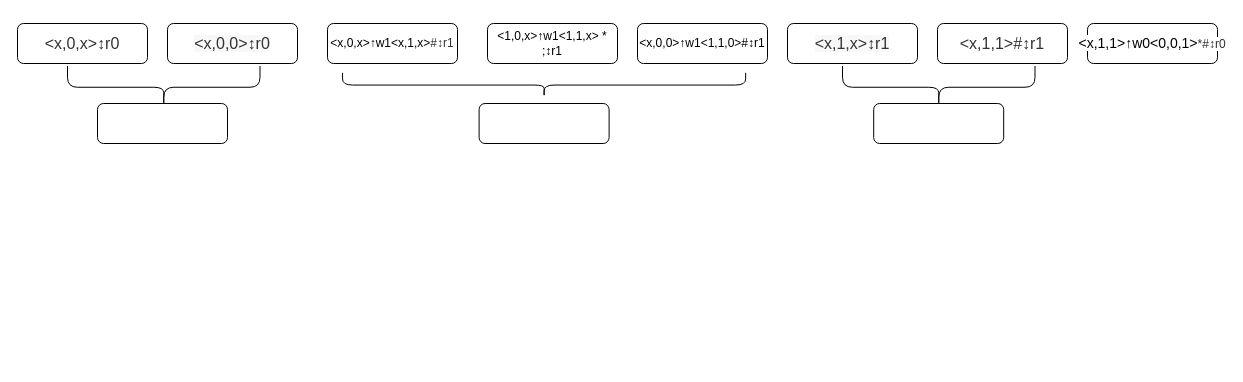
Earlier version of the draw.io diagram doc/合并.drawio (shanshan-lu/homwork). Source tidied: cells renumbered, new cells numbered last; positions are measured from the earlier drawing's top-left corner, leaving out a move shared by most shapes. Both pictures are drawn from the tidied source at 100%, with x=0, y=0 at pixel (17, -117).
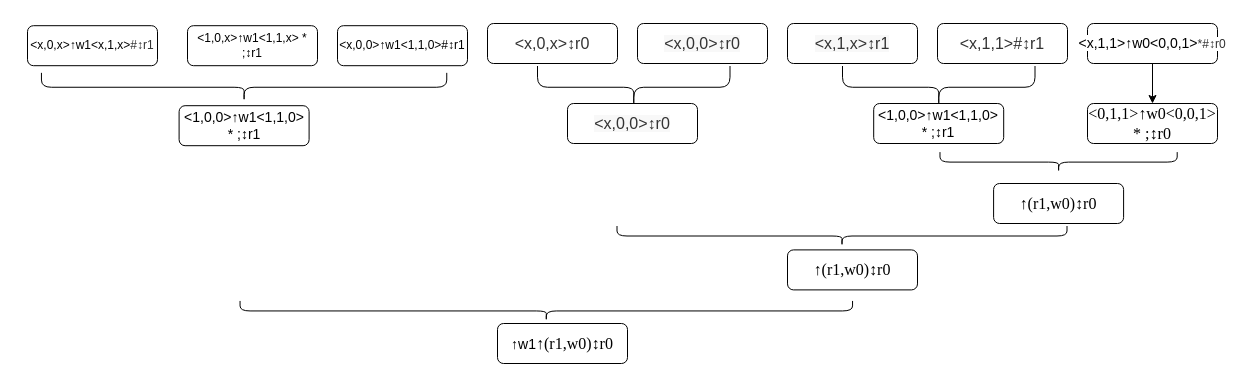
After the change.

Unchanged cells that the change refers to:
```xml
<mxCell id="7" value="&lt;p class=&quot;MsoNormal&quot;&gt;&lt;span style=&quot;letter-spacing: 0pt; font-size: 10.5pt; background: rgb(255, 255, 255);&quot;&gt;&amp;lt;x,1,1&amp;gt;↑w0&amp;lt;0,0,1&amp;gt;&lt;/span&gt;&lt;span style=&quot;color: rgb(51, 51, 51); letter-spacing: 0pt; background: rgb(255, 255, 255);&quot;&gt;*#↕r0&lt;/span&gt;&lt;/p&gt;" style="rounded=1;whiteSpace=wrap;html=1;" parent="1" vertex="1">
  <mxGeometry x="1070" y="140" width="130" height="40" as="geometry" />
</mxCell>
```

What changed in the source:
```diff
@@
     <mxCell id="2" value="&lt;p class=&quot;MsoNormal&quot;&gt;&lt;span style=&quot;color: rgb(51, 51, 51); letter-spacing: 0pt; font-size: 12pt; background: rgb(255, 255, 255);&quot;&gt;&amp;lt;x,0,x&amp;gt;↕r0&lt;/span&gt;&lt;/p&gt;" style="rounded=1;whiteSpace=wrap;html=1;" parent="1" vertex="1">
-      <mxGeometry y="140" width="130" height="40" as="geometry" />
+      <mxGeometry x="470" y="140" width="130" height="40" as="geometry" />
     </mxCell>
     <mxCell id="3" value="&lt;p class=&quot;MsoNormal&quot;&gt;&lt;span style=&quot;color: rgb(51, 51, 51); letter-spacing: 0pt; font-size: 12pt; background: rgb(248, 248, 248);&quot;&gt;&amp;lt;x,0,0&amp;gt;↕r0&lt;/span&gt;&lt;/p&gt;" style="rounded=1;whiteSpace=wrap;html=1;" parent="1" vertex="1">
-      <mxGeometry x="150" y="140" width="130" height="40" as="geometry" />
+      <mxGeometry x="620" y="140" width="130" height="40" as="geometry" />
     </mxCell>
     <mxCell id="4" value="&lt;p class=&quot;MsoNormal&quot;&gt;&lt;span style=&quot;letter-spacing: 0pt; background: rgb(255, 255, 255);&quot;&gt;&lt;font style=&quot;font-size: 12px;&quot;&gt;&amp;lt;1,0,x&amp;gt;↑w1&amp;lt;1,1,x&amp;gt; * ;↕r1&lt;/font&gt;&lt;/span&gt;&lt;/p&gt;" style="rounded=1;whiteSpace=wrap;html=1;" parent="1" vertex="1">
-      <mxGeometry x="470" y="140" width="130" height="40" as="geometry" />
+      <mxGeometry x="170" y="142.2" width="130" height="40" as="geometry" />
     </mxCell>
     <mxCell id="5" value="&lt;p style=&quot;&quot; class=&quot;MsoNormal&quot;&gt;&lt;span style=&quot;letter-spacing: 0pt; background: rgb(255, 255, 255);&quot;&gt;&amp;lt;x,0,x&amp;gt;↑w1&amp;lt;x,1,x&amp;gt;&lt;/span&gt;&lt;span style=&quot;color: rgb(51, 51, 51); letter-spacing: 0pt; background: rgb(255, 255, 255);&quot;&gt;#↕r1&lt;/span&gt;&lt;/p&gt;" style="rounded=1;whiteSpace=wrap;html=1;" parent="1" vertex="1">
-      <mxGeometry x="310" y="140" width="130" height="40" as="geometry" />
+      <mxGeometry x="10" y="142.2" width="130" height="40" as="geometry" />
     </mxCell>
     <mxCell id="6" value="&lt;p class=&quot;MsoNormal&quot;&gt;&lt;span style=&quot;mso-spacerun:'yes';font-family:Helvetica;color:rgb(0,0,0);&#10;letter-spacing:0.0000pt;text-transform:none;font-style:normal;&#10;font-size:10.5000pt;mso-font-kerning:1.0000pt;background:rgb(255,255,255);&#10;mso-shading:rgb(255,255,255);&quot;&gt;&amp;lt;x,0,0&amp;gt;↑w1&amp;lt;1,1,0&amp;gt;#↕r1&lt;/span&gt;&lt;/p&gt;" style="rounded=1;whiteSpace=wrap;html=1;" parent="1" vertex="1">
-      <mxGeometry x="620" y="140" width="130" height="40" as="geometry" />
+      <mxGeometry x="320" y="142.2" width="130" height="40" as="geometry" />
     </mxCell>
@@
     <mxCell id="10" style="shape=curlyBracket;whiteSpace=wrap;html=1;rounded=1;flipH=1;labelPosition=right;verticalLabelPosition=middle;align=left;verticalAlign=middle;rotation=90;" parent="1" vertex="1">
-      <mxGeometry x="125" y="107.5" width="42.5" height="192.5" as="geometry" />
+      <mxGeometry x="595" y="107.5" width="42.5" height="192.5" as="geometry" />
     </mxCell>
-    <mxCell id="11" style="rounded=1;whiteSpace=wrap;html=1;" parent="1" vertex="1">
-      <mxGeometry x="80" y="220" width="130" height="40" as="geometry" />
+    <mxCell id="11" value="&lt;p class=&quot;MsoNormal&quot;&gt;&lt;span style=&quot;color: rgb(51, 51, 51); letter-spacing: 0pt; font-size: 12pt; background: rgb(248, 248, 248);&quot;&gt;&amp;lt;x,0,0&amp;gt;↕r0&lt;/span&gt;&lt;/p&gt;" style="rounded=1;whiteSpace=wrap;html=1;" parent="1" vertex="1">
+      <mxGeometry x="550" y="220" width="130" height="40" as="geometry" />
     </mxCell>
     <mxCell id="12" style="shape=curlyBracket;whiteSpace=wrap;html=1;rounded=1;flipH=1;labelPosition=right;verticalLabelPosition=middle;align=left;verticalAlign=middle;fontSize=12;rotation=90;" parent="1" vertex="1">
-      <mxGeometry x="514.4" width="24.4" height="403.1" as="geometry" />
+      <mxGeometry x="212.2" y="1.1" width="28.8" height="405.3" as="geometry" />
     </mxCell>
-    <mxCell id="13" style="rounded=1;whiteSpace=wrap;html=1;" parent="1" vertex="1">
-      <mxGeometry x="461.6" y="220" width="130" height="40" as="geometry" />
+    <mxCell id="13" value="&lt;p class=&quot;MsoNormal&quot;&gt;&lt;span style=&quot;letter-spacing: 0pt; font-size: 10.5pt; background: rgb(255, 255, 255);&quot;&gt;&amp;lt;1,0,&lt;/span&gt;&lt;span style=&quot;font-family: 宋体; letter-spacing: 0pt; font-size: 10.5pt; background: rgb(255, 255, 255);&quot;&gt;&lt;font face=&quot;Helvetica&quot;&gt;0&lt;/font&gt;&lt;/span&gt;&lt;span style=&quot;letter-spacing: 0pt; font-size: 10.5pt; background: rgb(255, 255, 255);&quot;&gt;&amp;gt;↑w1&amp;lt;1,1,&lt;/span&gt;&lt;span style=&quot;font-family: 宋体; letter-spacing: 0pt; font-size: 10.5pt; background: rgb(255, 255, 255);&quot;&gt;&lt;font face=&quot;Helvetica&quot;&gt;0&lt;/font&gt;&lt;/span&gt;&lt;span style=&quot;letter-spacing: 0pt; font-size: 10.5pt; background: rgb(255, 255, 255);&quot;&gt;&amp;gt; * ;↕r1&lt;/span&gt;&lt;/p&gt;" style="rounded=1;whiteSpace=wrap;html=1;" parent="1" vertex="1">
+      <mxGeometry x="161.6" y="222.2" width="130" height="40" as="geometry" />
     </mxCell>
@@
-    <mxCell id="15" style="rounded=1;whiteSpace=wrap;html=1;" parent="1" vertex="1">
+    <mxCell id="15" value="&lt;p class=&quot;MsoNormal&quot;&gt;&lt;span style=&quot;letter-spacing: 0pt; font-size: 10.5pt; background: rgb(255, 255, 255);&quot;&gt;&amp;lt;1,0,&lt;/span&gt;&lt;span style=&quot;font-family: 宋体; letter-spacing: 0pt; font-size: 10.5pt; background: rgb(255, 255, 255);&quot;&gt;&lt;font face=&quot;Helvetica&quot;&gt;0&lt;/font&gt;&lt;/span&gt;&lt;span style=&quot;letter-spacing: 0pt; font-size: 10.5pt; background: rgb(255, 255, 255);&quot;&gt;&amp;gt;↑w1&amp;lt;1,1,&lt;/span&gt;&lt;span style=&quot;font-family: 宋体; letter-spacing: 0pt; font-size: 10.5pt; background: rgb(255, 255, 255);&quot;&gt;&lt;font face=&quot;Helvetica&quot;&gt;0&lt;/font&gt;&lt;/span&gt;&lt;span style=&quot;letter-spacing: 0pt; font-size: 10.5pt; background: rgb(255, 255, 255);&quot;&gt;&amp;gt; * ;↕r1&lt;/span&gt;&lt;/p&gt;" style="rounded=1;whiteSpace=wrap;html=1;" parent="1" vertex="1">
       <mxGeometry x="856.2" y="220" width="130" height="40" as="geometry" />
     </mxCell>
+    <mxCell id="16" value="&lt;p class=&quot;MsoNormal&quot;&gt;&lt;span style=&quot;font-family: &amp;quot;Times New Roman&amp;quot;; font-size: 12pt;&quot;&gt;&amp;lt;0,1,&lt;/span&gt;&lt;span style=&quot;font-family: 宋体; font-size: 12pt;&quot;&gt;&lt;font face=&quot;Times New Roman&quot;&gt;1&lt;/font&gt;&lt;/span&gt;&lt;span style=&quot;font-family: &amp;quot;Times New Roman&amp;quot;; font-size: 12pt;&quot;&gt;&amp;gt;↑w0&amp;lt;0,0,&lt;/span&gt;&lt;span style=&quot;font-family: 宋体; font-size: 12pt;&quot;&gt;&lt;font face=&quot;Times New Roman&quot;&gt;1&lt;/font&gt;&lt;/span&gt;&lt;span style=&quot;font-family: &amp;quot;Times New Roman&amp;quot;; font-size: 12pt;&quot;&gt;&amp;gt; * ;↕r0&lt;/span&gt;&lt;/p&gt;" style="rounded=1;whiteSpace=wrap;html=1;" parent="1" vertex="1">
+      <mxGeometry x="1070" y="220" width="130" height="40" as="geometry" />
+    </mxCell>
+    <mxCell id="17" style="endArrow=classic;html=1;rounded=0;fontSize=12;exitX=0.5;exitY=1;exitDx=0;exitDy=0;entryX=0.5;entryY=0;entryDx=0;entryDy=0;" parent="1" edge="1" source="7" target="16">
+      <mxGeometry relative="1" as="geometry" />
+    </mxCell>
+    <mxCell id="18" style="shape=curlyBracket;whiteSpace=wrap;html=1;rounded=1;flipH=1;labelPosition=right;verticalLabelPosition=middle;align=left;verticalAlign=middle;fontSize=12;rotation=90;" parent="1" vertex="1">
+      <mxGeometry x="1031.1" y="160" width="20" height="237.2" as="geometry" />
+    </mxCell>
+    <mxCell id="19" value="&lt;p class=&quot;MsoNormal&quot;&gt;&lt;span style=&quot;font-family: &amp;quot;Times New Roman&amp;quot;; font-size: 12pt;&quot;&gt;↑(&lt;/span&gt;&lt;span style=&quot;font-family: 宋体; font-size: 12pt;&quot;&gt;&lt;font face=&quot;Times New Roman&quot;&gt;r1,w0)&lt;/font&gt;&lt;/span&gt;&lt;span style=&quot;font-family: &amp;quot;Times New Roman&amp;quot;; font-size: 12pt;&quot;&gt;↕r0&lt;/span&gt;&lt;/p&gt;" style="rounded=1;whiteSpace=wrap;html=1;" parent="1" vertex="1">
+      <mxGeometry x="976.1" y="300" width="130" height="40" as="geometry" />
+    </mxCell>
+    <mxCell id="20" style="shape=curlyBracket;whiteSpace=wrap;html=1;rounded=1;flipH=1;labelPosition=right;verticalLabelPosition=middle;align=left;verticalAlign=middle;fontSize=12;rotation=90;" parent="1" vertex="1">
+      <mxGeometry x="814.5" y="127.5" width="20" height="450" as="geometry" />
+    </mxCell>
+    <mxCell id="21" value="&lt;p class=&quot;MsoNormal&quot;&gt;&lt;span style=&quot;font-family: &amp;quot;Times New Roman&amp;quot;; font-size: 12pt;&quot;&gt;↑(&lt;/span&gt;&lt;span style=&quot;font-family: 宋体; font-size: 12pt;&quot;&gt;&lt;font face=&quot;Times New Roman&quot;&gt;r1,w0)&lt;/font&gt;&lt;/span&gt;&lt;span style=&quot;font-family: &amp;quot;Times New Roman&amp;quot;; font-size: 12pt;&quot;&gt;↕r0&lt;/span&gt;&lt;/p&gt;" style="rounded=1;whiteSpace=wrap;html=1;" parent="1" vertex="1">
+      <mxGeometry x="770" y="366.4" width="130" height="40" as="geometry" />
+    </mxCell>
+    <mxCell id="22" style="shape=curlyBracket;whiteSpace=wrap;html=1;rounded=1;flipH=1;labelPosition=right;verticalLabelPosition=middle;align=left;verticalAlign=middle;fontSize=12;rotation=90;" parent="1" vertex="1">
+      <mxGeometry x="518.8" y="121.2" width="20" height="612.5" as="geometry" />
+    </mxCell>
+    <mxCell id="23" value="&lt;p class=&quot;MsoNormal&quot;&gt;&lt;span style=&quot;letter-spacing: 0pt; font-size: 10.5pt; background: rgb(255, 255, 255);&quot;&gt;&lt;font face=&quot;Helvetica&quot;&gt;↑w1&lt;/font&gt;&lt;/span&gt;&lt;span style=&quot;font-family: &amp;quot;Times New Roman&amp;quot;; font-size: 12pt;&quot;&gt;↑(&lt;/span&gt;&lt;span style=&quot;font-family: 宋体; font-size: 12pt;&quot;&gt;&lt;font face=&quot;Times New Roman&quot;&gt;r1,w0)&lt;/font&gt;&lt;/span&gt;&lt;span style=&quot;font-family: &amp;quot;Times New Roman&amp;quot;; font-size: 12pt;&quot;&gt;↕r0&lt;/span&gt;&lt;/p&gt;" style="rounded=1;whiteSpace=wrap;html=1;" parent="1" vertex="1">
+      <mxGeometry x="480" y="440" width="130" height="40" as="geometry" />
+    </mxCell>
```
